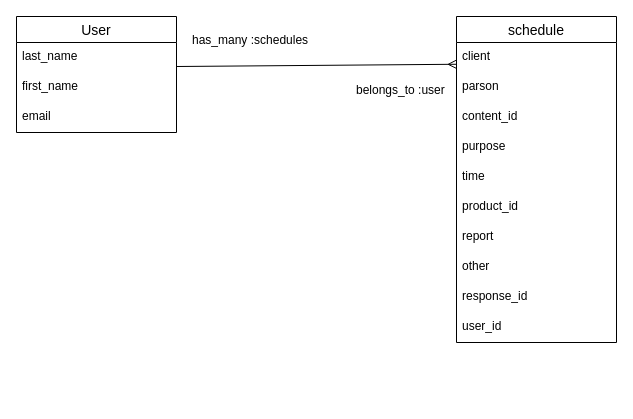
kazuki-mura/original-app keeps this draw.io diagram as README.dio. Above is the earlier version. Source tidied: cells renumbered, new cells numbered last; positions are measured from the earlier drawing's top-left corner, leaving out a move shared by most shapes. Both pictures are drawn from the tidied source at 100%, with x=0, y=0 at pixel (16, 16).
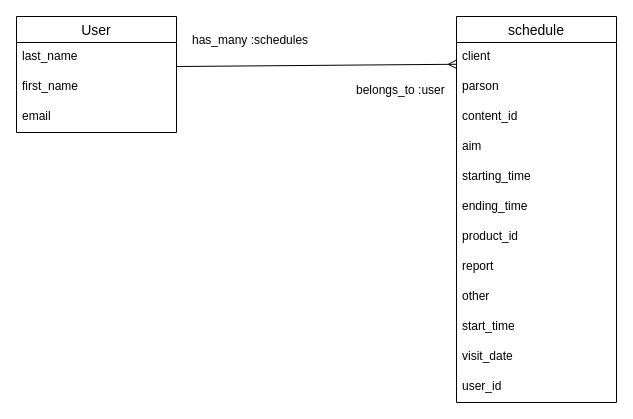
Above is the later version.

Change to the diagram source:
```diff
@@
     <mxCell id="2" value="schedule" style="swimlane;fontStyle=0;horizontal=1;startSize=26;align=center;fontSize=14;" parent="1" vertex="1">
-      <mxGeometry x="440" width="160" height="326" as="geometry" />
+      <mxGeometry x="440" width="160" height="386" as="geometry" />
     </mxCell>
@@
-    <mxCell id="6" value="purpose" style="text;strokeColor=none;fillColor=none;spacingLeft=4;spacingRight=4;overflow=hidden;fontSize=12;" parent="2" vertex="1">
-      <mxGeometry y="116" width="160" height="30" as="geometry" />
-    </mxCell>
-    <mxCell id="7" value="time" style="text;strokeColor=none;fillColor=none;spacingLeft=4;spacingRight=4;overflow=hidden;fontSize=12;" parent="2" vertex="1">
-      <mxGeometry y="146" width="160" height="30" as="geometry" />
-    </mxCell>
+    <mxCell id="20" value="aim" style="text;strokeColor=none;fillColor=none;spacingLeft=4;spacingRight=4;overflow=hidden;fontSize=12;" parent="2" vertex="1">
+      <mxGeometry y="116" width="160" height="30" as="geometry" />
+    </mxCell>
+    <mxCell id="21" value="starting_time" style="text;strokeColor=none;fillColor=none;spacingLeft=4;spacingRight=4;overflow=hidden;fontSize=12;" parent="2" vertex="1">
+      <mxGeometry y="146" width="160" height="30" as="geometry" />
+    </mxCell>
+    <mxCell id="22" value="ending_time" style="text;strokeColor=none;fillColor=none;spacingLeft=4;spacingRight=4;overflow=hidden;fontSize=12;" parent="2" vertex="1">
+      <mxGeometry y="176" width="160" height="30" as="geometry" />
+    </mxCell>
     <mxCell id="8" value="product_id&#10;" style="text;strokeColor=none;fillColor=none;spacingLeft=4;spacingRight=4;overflow=hidden;fontSize=12;" parent="2" vertex="1">
-      <mxGeometry y="176" width="160" height="30" as="geometry" />
+      <mxGeometry y="206" width="160" height="30" as="geometry" />
     </mxCell>
     <mxCell id="9" value="report" style="text;strokeColor=none;fillColor=none;spacingLeft=4;spacingRight=4;overflow=hidden;fontSize=12;" parent="2" vertex="1">
-      <mxGeometry y="206" width="160" height="30" as="geometry" />
+      <mxGeometry y="236" width="160" height="30" as="geometry" />
     </mxCell>
     <mxCell id="10" value="other" style="text;strokeColor=none;fillColor=none;spacingLeft=4;spacingRight=4;overflow=hidden;fontSize=12;" parent="2" vertex="1">
-      <mxGeometry y="236" width="160" height="30" as="geometry" />
+      <mxGeometry y="266" width="160" height="30" as="geometry" />
     </mxCell>
-    <mxCell id="11" value="response_id" style="text;strokeColor=none;fillColor=none;spacingLeft=4;spacingRight=4;overflow=hidden;fontSize=12;" parent="2" vertex="1">
-      <mxGeometry y="266" width="160" height="30" as="geometry" />
-    </mxCell>
+    <mxCell id="6" value="start_time" style="text;strokeColor=none;fillColor=none;spacingLeft=4;spacingRight=4;overflow=hidden;fontSize=12;" parent="2" vertex="1">
+      <mxGeometry y="296" width="160" height="30" as="geometry" />
+    </mxCell>
+    <mxCell id="7" value="visit_date" style="text;strokeColor=none;fillColor=none;spacingLeft=4;spacingRight=4;overflow=hidden;fontSize=12;" parent="2" vertex="1">
+      <mxGeometry y="326" width="160" height="30" as="geometry" />
+    </mxCell>
     <mxCell id="12" value="user_id" style="text;strokeColor=none;fillColor=none;spacingLeft=4;spacingRight=4;overflow=hidden;fontSize=12;" parent="2" vertex="1">
-      <mxGeometry y="296" width="160" height="30" as="geometry" />
+      <mxGeometry y="356" width="160" height="30" as="geometry" />
     </mxCell>
```
